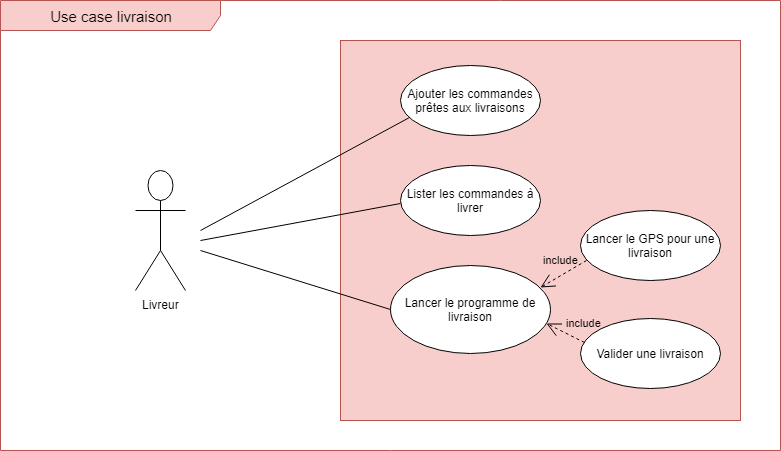
onlynks/Projet_5 keeps this draw.io diagram as Etude fonctionnelle/Use-case-diagrams/Use_case_5/Use_case_livraison.png. Above is the earlier version. Source tidied: cells renumbered, new cells last; positions are measured from the earlier drawing's top-left corner, leaving out a move shared by most shapes. The source it was exported from:
```xml
<mxGraphModel>
  <root>
    <mxCell id="0" />
    <mxCell id="1" parent="0" />
    <mxCell id="2" value="&lt;font style=&quot;font-size: 15px&quot;&gt;Use case livraison&lt;/font&gt;" style="shape=umlFrame;whiteSpace=wrap;html=1;fillColor=#f8cecc;strokeColor=#b85450;width=220;height=30;" parent="1" vertex="1">
      <mxGeometry width="780" height="450" as="geometry" />
    </mxCell>
    <mxCell id="3" style="rounded=0;whiteSpace=wrap;html=1;fillColor=#f8cecc;strokeColor=#b85450;" parent="1" vertex="1">
      <mxGeometry x="340" y="40" width="400" height="380" as="geometry" />
    </mxCell>
    <mxCell id="4" value="Livreur" style="shape=umlActor;verticalLabelPosition=bottom;labelBackgroundColor=#ffffff;verticalAlign=top;html=1;" parent="1" vertex="1">
      <mxGeometry x="135" y="170" width="50" height="120" as="geometry" />
    </mxCell>
    <mxCell id="5" value="Ajouter les commandes prêtes aux livraisons" style="ellipse;whiteSpace=wrap;html=1;" parent="1" vertex="1">
      <mxGeometry x="400" y="65" width="140" height="70" as="geometry" />
    </mxCell>
    <mxCell id="6" value="Lancer le programme de livraison" style="ellipse;whiteSpace=wrap;html=1;" parent="1" vertex="1">
      <mxGeometry x="390" y="265" width="160" height="88" as="geometry" />
    </mxCell>
    <mxCell id="7" value="Lancer le GPS pour une livraison" style="ellipse;whiteSpace=wrap;html=1;" parent="1" vertex="1">
      <mxGeometry x="580" y="210" width="140" height="70" as="geometry" />
    </mxCell>
    <mxCell id="8" value="Valider une livraison" style="ellipse;whiteSpace=wrap;html=1;" parent="1" vertex="1">
      <mxGeometry x="580" y="318" width="140" height="70" as="geometry" />
    </mxCell>
    <mxCell id="9" value="Lister les commandes à livrer" style="ellipse;whiteSpace=wrap;html=1;" parent="1" vertex="1">
      <mxGeometry x="400" y="165" width="140" height="70" as="geometry" />
    </mxCell>
    <mxCell id="10" style="endArrow=none;html=1;entryX=0.063;entryY=0.737;entryDx=0;entryDy=0;entryPerimeter=0;" parent="1" edge="1" target="5">
      <mxGeometry relative="1" as="geometry">
        <mxPoint x="200" y="230" as="sourcePoint" />
      </mxGeometry>
    </mxCell>
    <mxCell id="11" style="endArrow=none;html=1;" parent="1" edge="1">
      <mxGeometry relative="1" as="geometry">
        <mxPoint x="200" y="240" as="sourcePoint" />
        <mxPoint x="400" y="203" as="targetPoint" />
      </mxGeometry>
    </mxCell>
    <mxCell id="12" style="endArrow=none;html=1;entryX=0;entryY=0.5;entryDx=0;entryDy=0;" parent="1" edge="1" target="6">
      <mxGeometry relative="1" as="geometry">
        <mxPoint x="200" y="250" as="sourcePoint" />
      </mxGeometry>
    </mxCell>
    <mxCell id="13" value="include" style="endArrow=open;endSize=12;dashed=1;html=1;entryX=0.94;entryY=0.254;entryDx=0;entryDy=0;entryPerimeter=0;exitX=0.042;exitY=0.721;exitDx=0;exitDy=0;exitPerimeter=0;labelBackgroundColor=none;" parent="1" edge="1" source="7" target="6">
      <mxGeometry x="-0.16" y="-13" relative="1" as="geometry" />
    </mxCell>
    <mxCell id="14" value="include" style="endArrow=open;endSize=12;dashed=1;html=1;labelBackgroundColor=none;entryX=0.974;entryY=0.654;entryDx=0;entryDy=0;entryPerimeter=0;exitX=0.027;exitY=0.34;exitDx=0;exitDy=0;exitPerimeter=0;" parent="1" edge="1" source="8" target="6">
      <mxGeometry x="0.25" y="-25" relative="1" as="geometry">
        <Array as="points">
          <mxPoint x="560" y="330" />
        </Array>
        <mxPoint x="12" y="15" as="offset" />
      </mxGeometry>
    </mxCell>
  </root>
</mxGraphModel>
```
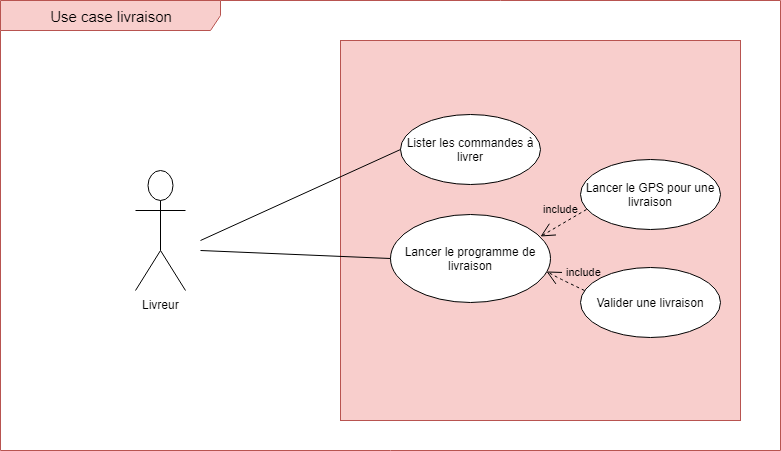
After the change.

Change to the diagram source:
```diff
@@ -3,17 +3,14 @@
     <mxCell id="0" />
     <mxCell id="1" parent="0" />
     <mxCell id="2" value="&lt;font style=&quot;font-size: 15px&quot;&gt;Use case livraison&lt;/font&gt;" style="shape=umlFrame;whiteSpace=wrap;html=1;fillColor=#f8cecc;strokeColor=#b85450;width=220;height=30;" parent="1" vertex="1">
-      <mxGeometry width="780" height="450" as="geometry" />
+      <mxGeometry y="51.5" width="780" height="450" as="geometry" />
     </mxCell>
     <mxCell id="3" style="rounded=0;whiteSpace=wrap;html=1;fillColor=#f8cecc;strokeColor=#b85450;" parent="1" vertex="1">
-      <mxGeometry x="340" y="40" width="400" height="380" as="geometry" />
+      <mxGeometry x="340" y="91.5" width="400" height="380" as="geometry" />
     </mxCell>
     <mxCell id="4" value="Livreur" style="shape=umlActor;verticalLabelPosition=bottom;labelBackgroundColor=#ffffff;verticalAlign=top;html=1;" parent="1" vertex="1">
-      <mxGeometry x="135" y="170" width="50" height="120" as="geometry" />
+      <mxGeometry x="135" y="221.5" width="50" height="120" as="geometry" />
     </mxCell>
-    <mxCell id="5" value="Ajouter les commandes prêtes aux livraisons" style="ellipse;whiteSpace=wrap;html=1;" parent="1" vertex="1">
-      <mxGeometry x="400" y="65" width="140" height="70" as="geometry" />
-    </mxCell>
     <mxCell id="6" value="Lancer le programme de livraison" style="ellipse;whiteSpace=wrap;html=1;" parent="1" vertex="1">
       <mxGeometry x="390" y="265" width="160" height="88" as="geometry" />
     </mxCell>
@@ -26,20 +23,14 @@
     <mxCell id="9" value="Lister les commandes à livrer" style="ellipse;whiteSpace=wrap;html=1;" parent="1" vertex="1">
       <mxGeometry x="400" y="165" width="140" height="70" as="geometry" />
     </mxCell>
-    <mxCell id="10" style="endArrow=none;html=1;entryX=0.063;entryY=0.737;entryDx=0;entryDy=0;entryPerimeter=0;" parent="1" edge="1" target="5">
-      <mxGeometry relative="1" as="geometry">
-        <mxPoint x="200" y="230" as="sourcePoint" />
-      </mxGeometry>
-    </mxCell>
-    <mxCell id="11" style="endArrow=none;html=1;" parent="1" edge="1">
+    <mxCell id="11" style="endArrow=none;html=1;entryX=0;entryY=0.5;entryDx=0;entryDy=0;" parent="1" edge="1" target="9">
       <mxGeometry relative="1" as="geometry">
-        <mxPoint x="200" y="240" as="sourcePoint" />
-        <mxPoint x="400" y="203" as="targetPoint" />
+        <mxPoint x="200" y="291.5" as="sourcePoint" />
       </mxGeometry>
     </mxCell>
     <mxCell id="12" style="endArrow=none;html=1;entryX=0;entryY=0.5;entryDx=0;entryDy=0;" parent="1" edge="1" target="6">
       <mxGeometry relative="1" as="geometry">
-        <mxPoint x="200" y="250" as="sourcePoint" />
+        <mxPoint x="200" y="301.5" as="sourcePoint" />
       </mxGeometry>
     </mxCell>
     <mxCell id="13" value="include" style="endArrow=open;endSize=12;dashed=1;html=1;entryX=0.94;entryY=0.254;entryDx=0;entryDy=0;entryPerimeter=0;exitX=0.042;exitY=0.721;exitDx=0;exitDy=0;exitPerimeter=0;labelBackgroundColor=none;" parent="1" edge="1" source="7" target="6">
```
